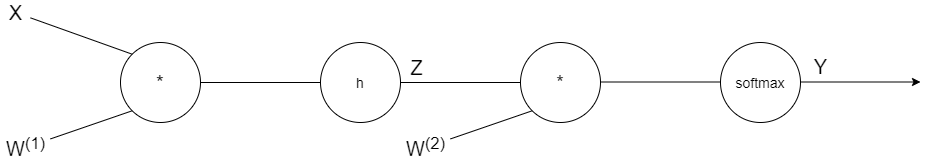
The draw.io diagram report/network_back.png in kristsam/classification_MLP, before a commit. Source tidied: cells renumbered, new cells last; positions are measured from the earlier drawing's top-left corner, leaving out a move shared by most shapes. Its diagram source:
```xml
<mxGraphModel>
  <root>
    <mxCell id="0" />
    <mxCell id="1" parent="0" />
    <mxCell id="2" value="&lt;font style=&quot;font-size: 14px&quot;&gt;h&lt;/font&gt;" style="ellipse;whiteSpace=wrap;html=1;" parent="1" vertex="1">
      <mxGeometry x="320" y="40" width="80" height="80" as="geometry" />
    </mxCell>
    <mxCell id="3" value="&lt;font style=&quot;font-size: 14px&quot;&gt;softmax&lt;/font&gt;" style="ellipse;whiteSpace=wrap;html=1;" parent="1" vertex="1">
      <mxGeometry x="720" y="40" width="80" height="80" as="geometry" />
    </mxCell>
    <mxCell id="4" value="&lt;font style=&quot;font-size: 19px&quot;&gt;*&lt;/font&gt;" style="ellipse;whiteSpace=wrap;html=1;" parent="1" vertex="1">
      <mxGeometry x="520" y="40" width="80" height="80" as="geometry" />
    </mxCell>
    <mxCell id="5" value="&lt;font style=&quot;font-size: 20px&quot;&gt;*&lt;/font&gt;" style="ellipse;whiteSpace=wrap;html=1;" parent="1" vertex="1">
      <mxGeometry x="120" y="40" width="80" height="80" as="geometry" />
    </mxCell>
    <mxCell id="6" value="&lt;font style=&quot;font-size: 20px&quot;&gt;X&lt;/font&gt;" style="text;html=1;align=center;verticalAlign=middle;points=[];strokeColor=none;" parent="1" vertex="1">
      <mxGeometry width="30" height="20" as="geometry" />
    </mxCell>
    <mxCell id="7" value="&lt;font style=&quot;font-size: 20px&quot;&gt;W&lt;sup&gt;(1)&lt;/sup&gt;&lt;/font&gt;" style="text;html=1;align=center;verticalAlign=middle;points=[];strokeColor=none;" parent="1" vertex="1">
      <mxGeometry y="130" width="50" height="30" as="geometry" />
    </mxCell>
    <mxCell id="8" style="endArrow=none;html=1;entryX=0;entryY=1;entryDx=0;entryDy=0;" parent="1" edge="1" source="7" target="5">
      <mxGeometry relative="1" as="geometry" />
    </mxCell>
    <mxCell id="9" style="endArrow=none;html=1;entryX=0;entryY=0;entryDx=0;entryDy=0;" parent="1" edge="1" source="6" target="5">
      <mxGeometry relative="1" as="geometry" />
    </mxCell>
    <mxCell id="10" style="endArrow=none;html=1;exitX=1;exitY=0.5;exitDx=0;exitDy=0;entryX=0;entryY=0.5;entryDx=0;entryDy=0;" parent="1" edge="1" source="2" target="4">
      <mxGeometry relative="1" as="geometry" />
    </mxCell>
    <mxCell id="11" value="&lt;font style=&quot;font-size: 20px&quot;&gt;Z&lt;/font&gt;" style="edgeLabel;html=1;align=center;verticalAlign=middle;" parent="10" vertex="1">
      <mxGeometry x="-0.8" relative="1" as="geometry">
        <mxPoint x="4" y="-16" as="offset" />
      </mxGeometry>
    </mxCell>
    <mxCell id="12" style="endArrow=none;html=1;exitX=1;exitY=0.5;exitDx=0;exitDy=0;entryX=0;entryY=0.5;entryDx=0;entryDy=0;" parent="1" edge="1" source="5" target="2">
      <mxGeometry relative="1" as="geometry" />
    </mxCell>
    <mxCell id="13" style="endArrow=none;html=1;exitX=1;exitY=0.5;exitDx=0;exitDy=0;entryX=0;entryY=0.5;entryDx=0;entryDy=0;" parent="1" edge="1">
      <mxGeometry relative="1" as="geometry">
        <mxPoint x="600" y="79.5" as="sourcePoint" />
        <mxPoint x="720" y="79.5" as="targetPoint" />
      </mxGeometry>
    </mxCell>
    <mxCell id="14" style="endArrow=none;html=1;entryX=0;entryY=1;entryDx=0;entryDy=0;" parent="1" edge="1" source="15" target="4">
      <mxGeometry relative="1" as="geometry" />
    </mxCell>
    <mxCell id="15" value="&lt;font style=&quot;font-size: 20px&quot;&gt;W&lt;sup&gt;(2)&lt;/sup&gt;&lt;/font&gt;" style="text;html=1;align=center;verticalAlign=middle;points=[];strokeColor=none;" parent="1" vertex="1">
      <mxGeometry x="400" y="130" width="50" height="30" as="geometry" />
    </mxCell>
    <mxCell id="16" style="endArrow=classic;html=1;exitX=1;exitY=0.5;exitDx=0;exitDy=0;entryX=0;entryY=0.5;entryDx=0;entryDy=0;endFill=1;" parent="1" edge="1">
      <mxGeometry relative="1" as="geometry">
        <mxPoint x="800" y="79.5" as="sourcePoint" />
        <mxPoint x="920" y="79.5" as="targetPoint" />
      </mxGeometry>
    </mxCell>
    <mxCell id="17" value="&lt;font style=&quot;font-size: 20px&quot;&gt;Y&lt;/font&gt;" style="edgeLabel;html=1;align=center;verticalAlign=middle;" parent="16" vertex="1">
      <mxGeometry x="-0.65" relative="1" as="geometry">
        <mxPoint x="-2" y="-16" as="offset" />
      </mxGeometry>
    </mxCell>
  </root>
</mxGraphModel>
```
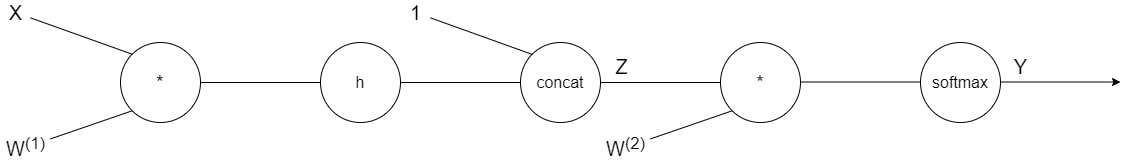
After the change.

The edit, as a diff of the source:
```diff
@@ -2,14 +2,14 @@
   <root>
     <mxCell id="0" />
     <mxCell id="1" parent="0" />
-    <mxCell id="2" value="&lt;font style=&quot;font-size: 14px&quot;&gt;h&lt;/font&gt;" style="ellipse;whiteSpace=wrap;html=1;" parent="1" vertex="1">
+    <mxCell id="2" value="&lt;font style=&quot;font-size: 16px&quot;&gt;h&lt;/font&gt;" style="ellipse;whiteSpace=wrap;html=1;" parent="1" vertex="1">
       <mxGeometry x="320" y="40" width="80" height="80" as="geometry" />
     </mxCell>
-    <mxCell id="3" value="&lt;font style=&quot;font-size: 14px&quot;&gt;softmax&lt;/font&gt;" style="ellipse;whiteSpace=wrap;html=1;" parent="1" vertex="1">
-      <mxGeometry x="720" y="40" width="80" height="80" as="geometry" />
+    <mxCell id="3" value="&lt;font style=&quot;font-size: 16px&quot;&gt;softmax&lt;/font&gt;" style="ellipse;whiteSpace=wrap;html=1;" parent="1" vertex="1">
+      <mxGeometry x="920" y="40" width="80" height="80" as="geometry" />
     </mxCell>
     <mxCell id="4" value="&lt;font style=&quot;font-size: 19px&quot;&gt;*&lt;/font&gt;" style="ellipse;whiteSpace=wrap;html=1;" parent="1" vertex="1">
-      <mxGeometry x="520" y="40" width="80" height="80" as="geometry" />
+      <mxGeometry x="720" y="40" width="80" height="80" as="geometry" />
     </mxCell>
     <mxCell id="5" value="&lt;font style=&quot;font-size: 20px&quot;&gt;*&lt;/font&gt;" style="ellipse;whiteSpace=wrap;html=1;" parent="1" vertex="1">
       <mxGeometry x="120" y="40" width="80" height="80" as="geometry" />
@@ -26,33 +26,28 @@
     <mxCell id="9" style="endArrow=none;html=1;entryX=0;entryY=0;entryDx=0;entryDy=0;" parent="1" edge="1" source="6" target="5">
       <mxGeometry relative="1" as="geometry" />
     </mxCell>
-    <mxCell id="10" style="endArrow=none;html=1;exitX=1;exitY=0.5;exitDx=0;exitDy=0;entryX=0;entryY=0.5;entryDx=0;entryDy=0;" parent="1" edge="1" source="2" target="4">
+    <mxCell id="10" style="endArrow=none;html=1;exitX=1;exitY=0.5;exitDx=0;exitDy=0;entryX=0;entryY=0.5;entryDx=0;entryDy=0;" parent="1" edge="1" source="2" target="18">
       <mxGeometry relative="1" as="geometry" />
     </mxCell>
-    <mxCell id="11" value="&lt;font style=&quot;font-size: 20px&quot;&gt;Z&lt;/font&gt;" style="edgeLabel;html=1;align=center;verticalAlign=middle;" parent="10" vertex="1">
-      <mxGeometry x="-0.8" relative="1" as="geometry">
-        <mxPoint x="4" y="-16" as="offset" />
-      </mxGeometry>
-    </mxCell>
     <mxCell id="12" style="endArrow=none;html=1;exitX=1;exitY=0.5;exitDx=0;exitDy=0;entryX=0;entryY=0.5;entryDx=0;entryDy=0;" parent="1" edge="1" source="5" target="2">
       <mxGeometry relative="1" as="geometry" />
     </mxCell>
     <mxCell id="13" style="endArrow=none;html=1;exitX=1;exitY=0.5;exitDx=0;exitDy=0;entryX=0;entryY=0.5;entryDx=0;entryDy=0;" parent="1" edge="1">
       <mxGeometry relative="1" as="geometry">
-        <mxPoint x="600" y="79.5" as="sourcePoint" />
-        <mxPoint x="720" y="79.5" as="targetPoint" />
+        <mxPoint x="800" y="79.5" as="sourcePoint" />
+        <mxPoint x="920" y="79.5" as="targetPoint" />
       </mxGeometry>
     </mxCell>
     <mxCell id="14" style="endArrow=none;html=1;entryX=0;entryY=1;entryDx=0;entryDy=0;" parent="1" edge="1" source="15" target="4">
       <mxGeometry relative="1" as="geometry" />
     </mxCell>
     <mxCell id="15" value="&lt;font style=&quot;font-size: 20px&quot;&gt;W&lt;sup&gt;(2)&lt;/sup&gt;&lt;/font&gt;" style="text;html=1;align=center;verticalAlign=middle;points=[];strokeColor=none;" parent="1" vertex="1">
-      <mxGeometry x="400" y="130" width="50" height="30" as="geometry" />
+      <mxGeometry x="600" y="130" width="50" height="30" as="geometry" />
     </mxCell>
     <mxCell id="16" style="endArrow=classic;html=1;exitX=1;exitY=0.5;exitDx=0;exitDy=0;entryX=0;entryY=0.5;entryDx=0;entryDy=0;endFill=1;" parent="1" edge="1">
       <mxGeometry relative="1" as="geometry">
-        <mxPoint x="800" y="79.5" as="sourcePoint" />
-        <mxPoint x="920" y="79.5" as="targetPoint" />
+        <mxPoint x="1000" y="79.5" as="sourcePoint" />
+        <mxPoint x="1120" y="79.5" as="targetPoint" />
       </mxGeometry>
     </mxCell>
     <mxCell id="17" value="&lt;font style=&quot;font-size: 20px&quot;&gt;Y&lt;/font&gt;" style="edgeLabel;html=1;align=center;verticalAlign=middle;" parent="16" vertex="1">
@@ -60,5 +55,24 @@
         <mxPoint x="-2" y="-16" as="offset" />
       </mxGeometry>
     </mxCell>
+    <mxCell id="18" value="&lt;font style=&quot;font-size: 16px&quot;&gt;concat&lt;/font&gt;" style="ellipse;whiteSpace=wrap;html=1;" parent="1" vertex="1">
+      <mxGeometry x="520" y="40" width="80" height="80" as="geometry" />
+    </mxCell>
+    <mxCell id="19" style="endArrow=none;html=1;exitX=1;exitY=0.5;exitDx=0;exitDy=0;entryX=0;entryY=0.5;entryDx=0;entryDy=0;" parent="1" edge="1" source="18" target="4">
+      <mxGeometry relative="1" as="geometry" />
+    </mxCell>
+    <mxCell id="11" value="&lt;font style=&quot;font-size: 20px&quot;&gt;Z&lt;/font&gt;" style="edgeLabel;html=1;align=center;verticalAlign=middle;" parent="19" vertex="1">
+      <mxGeometry x="-0.65" y="-2" relative="1" as="geometry">
+        <mxPoint x="-1" y="-19" as="offset" />
+      </mxGeometry>
+    </mxCell>
+    <mxCell id="20" style="endArrow=none;html=1;" parent="1" edge="1" source="21">
+      <mxGeometry relative="1" as="geometry">
+        <mxPoint x="532" y="52" as="targetPoint" />
+      </mxGeometry>
+    </mxCell>
+    <mxCell id="21" value="&lt;span style=&quot;font-size: 20px&quot;&gt;1&lt;/span&gt;" style="text;html=1;align=center;verticalAlign=middle;points=[];strokeColor=none;" parent="1" vertex="1">
+      <mxGeometry x="400" width="30" height="20" as="geometry" />
+    </mxCell>
   </root>
 </mxGraphModel>
```
